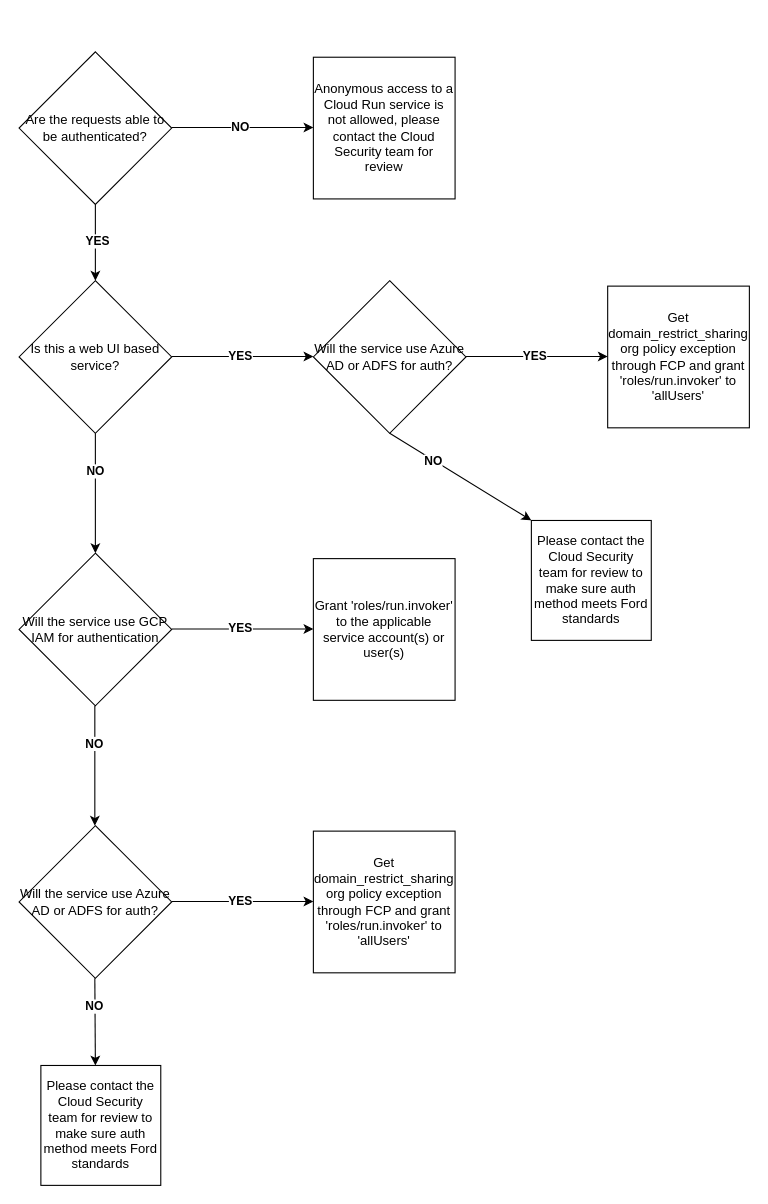
Above: charts/Untitled Diagram.drawio in rmdwyer/flow-charts (draw.io), before the change. Source tidied: cells renumbered, new cells numbered last; positions are measured from the earlier drawing's top-left corner, leaving out a move shared by most shapes. Both pictures are drawn from the tidied source at 109%, with x=0, y=0 at pixel (19, 51).
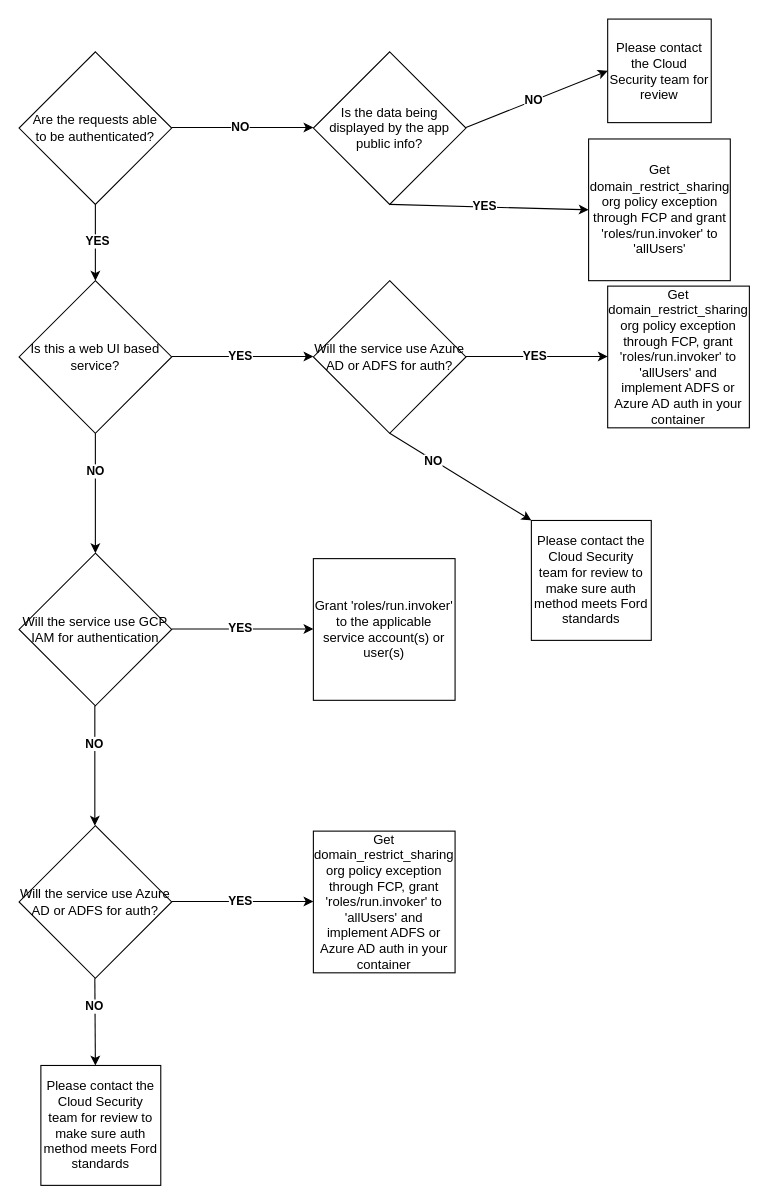
The same diagram, later.

What changed in the source:
```diff
@@
-    <mxCell id="7" value="Get domain_restrict_sharing org policy exception through FCP and grant 'roles/run.invoker' to 'allUsers'" style="whiteSpace=wrap;html=1;" parent="1" vertex="1">
+    <mxCell id="7" value="Get domain_restrict_sharing org policy exception through FCP, grant 'roles/run.invoker' to 'allUsers' and implement ADFS or Azure AD auth in your container" style="whiteSpace=wrap;html=1;" parent="1" vertex="1">
       <mxGeometry x="540" y="215" width="130" height="130" as="geometry" />
     </mxCell>
-    <mxCell id="8" value="Are the requests able to be authenticated?" style="rhombus;whiteSpace=wrap;html=1;" parent="1" vertex="1">
+    <mxCell id="8" value="Are the requests able&lt;br&gt;to be authenticated?" style="rhombus;whiteSpace=wrap;html=1;" parent="1" vertex="1">
       <mxGeometry width="140" height="140" as="geometry" />
     </mxCell>
@@
-    <mxCell id="13" value="Anonymous access to a Cloud Run service is not allowed, please contact the Cloud Security team for review" style="whiteSpace=wrap;html=1;" parent="1" vertex="1">
-      <mxGeometry x="270" y="5" width="130" height="130" as="geometry" />
+    <mxCell id="13" value="Please contact the Cloud Security team for review" style="whiteSpace=wrap;html=1;" parent="1" vertex="1">
+      <mxGeometry x="540" y="-30" width="95" height="95" as="geometry" />
     </mxCell>
@@
-    <mxCell id="23" value="Get domain_restrict_sharing org policy exception through FCP and grant 'roles/run.invoker' to 'allUsers'" style="whiteSpace=wrap;html=1;" parent="1" vertex="1">
+    <mxCell id="23" value="Get domain_restrict_sharing org policy exception through FCP, grant 'roles/run.invoker' to 'allUsers' and implement ADFS or Azure AD auth in your container" style="whiteSpace=wrap;html=1;" parent="1" vertex="1">
       <mxGeometry x="270" y="715" width="130" height="130" as="geometry" />
     </mxCell>
@@
+    <mxCell id="33" value="Is the data being displayed by the app public info?" style="rhombus;whiteSpace=wrap;html=1;" parent="1" vertex="1">
+      <mxGeometry x="270" width="140" height="140" as="geometry" />
+    </mxCell>
+    <mxCell id="34" style="endArrow=classic;html=1;rounded=0;entryX=0;entryY=0.5;entryDx=0;entryDy=0;" parent="1" edge="1" target="13">
+      <mxGeometry relative="1" as="geometry">
+        <mxPoint x="410" y="69.5" as="sourcePoint" />
+      </mxGeometry>
+    </mxCell>
+    <mxCell id="35" value="NO" style="edgeLabel;html=1;align=center;verticalAlign=middle;fontStyle=1;" parent="34" vertex="1">
+      <mxGeometry x="-0.05" y="1" relative="1" as="geometry" />
+    </mxCell>
+    <mxCell id="36" style="endArrow=classic;html=1;rounded=0;entryX=0;entryY=0.5;entryDx=0;entryDy=0;" parent="1" edge="1" target="38">
+      <mxGeometry relative="1" as="geometry">
+        <mxPoint x="340" y="140" as="sourcePoint" />
+      </mxGeometry>
+    </mxCell>
+    <mxCell id="37" value="YES" style="edgeLabel;html=1;align=center;verticalAlign=middle;fontStyle=1;" parent="36" vertex="1">
+      <mxGeometry x="-0.05" y="1" relative="1" as="geometry" />
+    </mxCell>
+    <mxCell id="38" value="Get domain_restrict_sharing org policy exception through FCP and grant 'roles/run.invoker' to 'allUsers'" style="whiteSpace=wrap;html=1;" parent="1" vertex="1">
+      <mxGeometry x="522.5" y="80" width="130" height="130" as="geometry" />
+    </mxCell>
```
